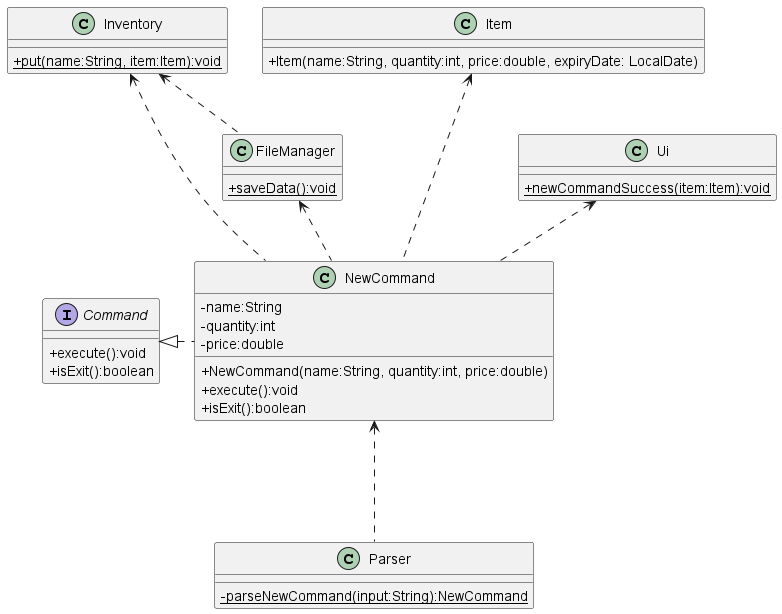
Earlier version of the PlantUML export docs/uml-diagrams/NewCommandClass.png (rismm/tp). The source it was exported from:
```plantuml
@startuml
skinparam classAttributeIconSize 0

abstract class Command
class Inventory
class Item
class NewCommand
class Parser
class Ui
class FileManager

Command <|. NewCommand
Item <... NewCommand
Ui <.. NewCommand
Inventory <.. NewCommand
NewCommand <... Parser
FileManager <.. NewCommand
Inventory <.. FileManager

interface Command {
    +execute():void
    +isExit():boolean
}

class NewCommand {
    -name:String
    -quantity:int
    -price:double
    +NewCommand(name:String, quantity:int, price:double)
    +execute():void
    +isExit():boolean
}

class Item {
    +Item(name:String, quantity:int, price:double, expiryDate: LocalDate)
}

class Inventory {
    {static}+put(name:String, item:Item):void
}

class Ui {
    {static}+newCommandSuccess(item:Item):void
}

class Parser {
    {static}-parseNewCommand(input:String):NewCommand
}

class FileManager {
    {static}+saveData():void
}

@enduml
```
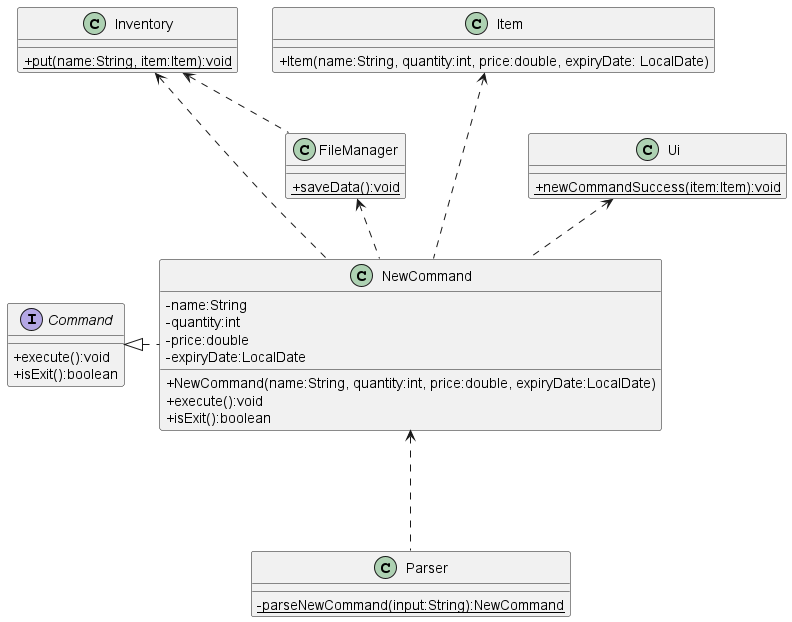
Above is the later version.

Commit message:
Add DeleteCommand UML and edit ListCommand, NewCommand UML

What changed in the source:
```diff
@@ -26,7 +26,8 @@
     -name:String
     -quantity:int
     -price:double
-    +NewCommand(name:String, quantity:int, price:double)
+    -expiryDate:LocalDate
+    +NewCommand(name:String, quantity:int, price:double, expiryDate:LocalDate)
     +execute():void
     +isExit():boolean
 }
```
